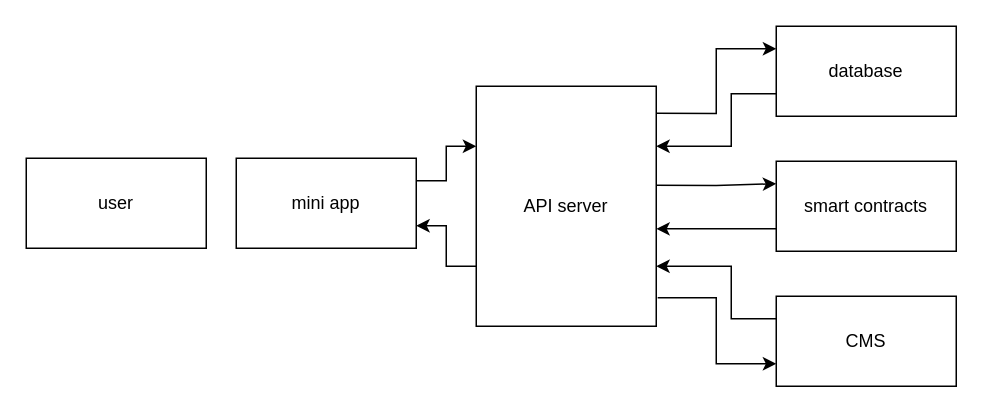
Earlier version of the draw.io diagram Диаграмма без названия.drawio (pandser/diagrams). Source tidied: cells renumbered, new cells numbered last; positions are measured from the earlier drawing's top-left corner, leaving out a move shared by most shapes. Both pictures are drawn from the tidied source at 150%, with x=0, y=0 at pixel (26, 26).
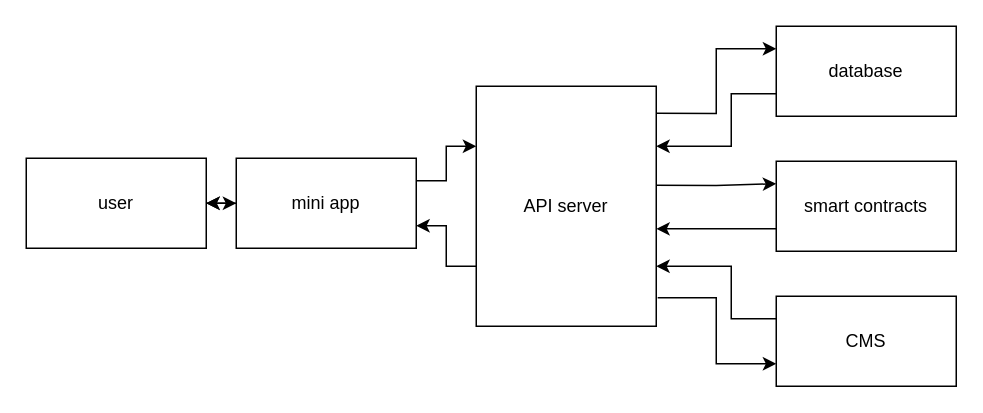
After the change.

The change refers to these unchanged cells:
```xml
<mxCell id="3" value="mini app" style="rounded=0;whiteSpace=wrap;html=1;" parent="1" vertex="1">
  <mxGeometry x="140" y="88" width="120" height="60" as="geometry" />
</mxCell>
<mxCell id="9" value="user" style="rounded=0;whiteSpace=wrap;html=1;" parent="1" vertex="1">
  <mxGeometry y="88" width="120" height="60" as="geometry" />
</mxCell>
```

The edit, as a diff of the source:
```diff
@@
+    <mxCell id="16" style="edgeStyle=orthogonalEdgeStyle;rounded=0;jettySize=auto;html=1;" parent="1" edge="1" source="3" target="9">
+      <mxGeometry relative="1" as="geometry" />
+    </mxCell>
@@
+    <mxCell id="17" style="endArrow=classic;startArrow=classic;html=1;rounded=0;exitX=1;exitY=0.5;exitDx=0;exitDy=0;entryX=0;entryY=0.5;entryDx=0;entryDy=0;" parent="1" edge="1" source="9" target="3">
+      <mxGeometry relative="1" as="geometry" />
+    </mxCell>
```
